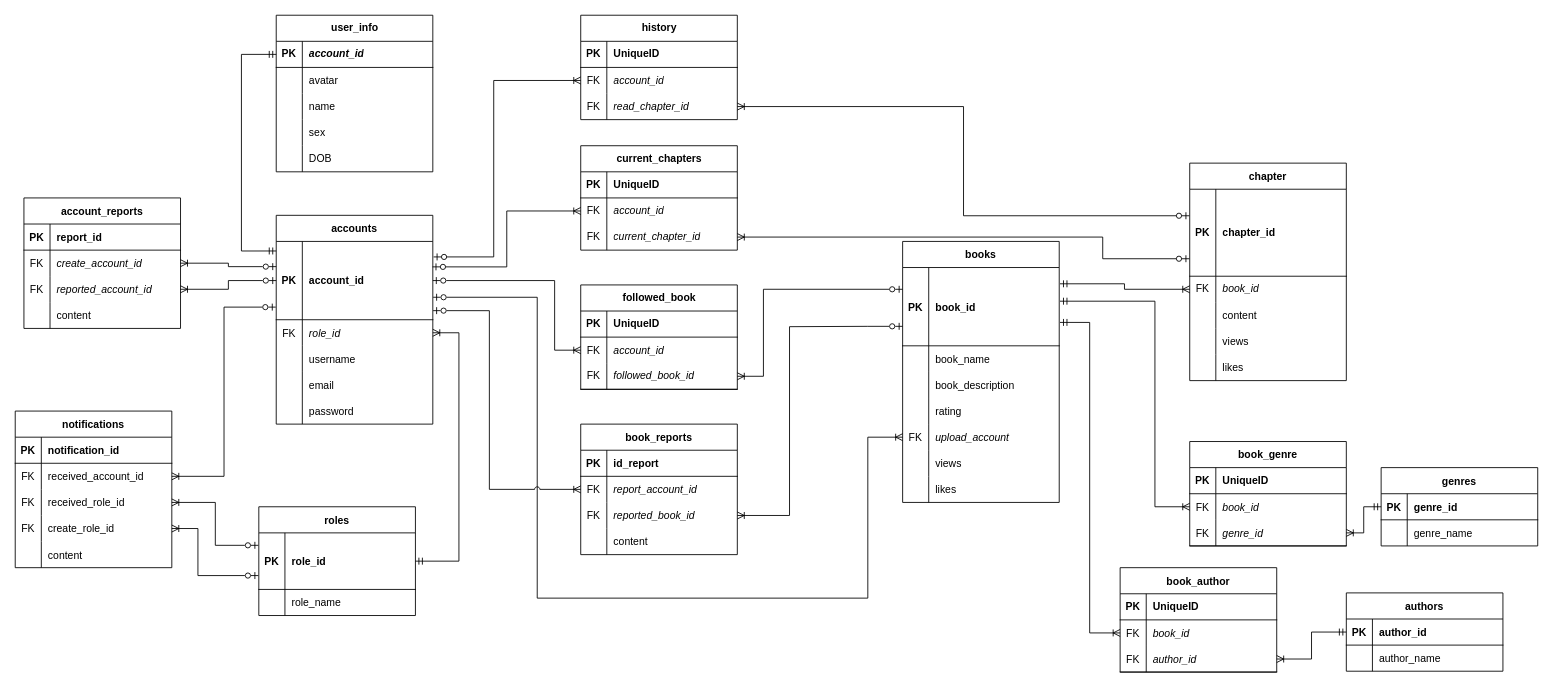
This is ERD.drawio from wai157/reading_app, a draw.io file, before an edit. Source tidied: cells renumbered, new cells numbered last; positions are measured from the earlier drawing's top-left corner, leaving out a move shared by most shapes. Both pictures are drawn from the tidied source at 87%, with x=0, y=0 at pixel (15, 15).
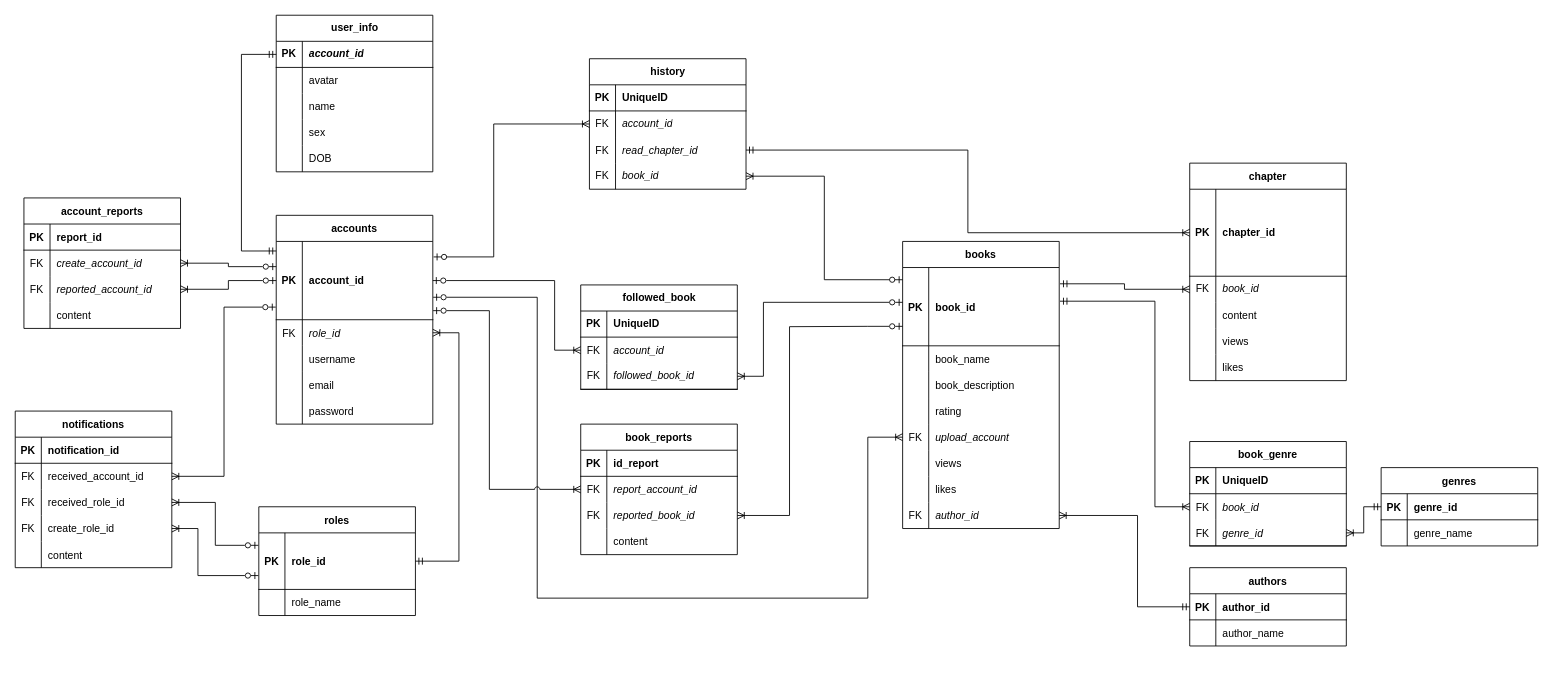
The same page after the edit.

The change refers to these unchanged cells:
```xml
<mxCell id="3" style="shape=tableRow;horizontal=0;startSize=0;swimlaneHead=0;swimlaneBody=0;fillColor=none;points=[[0,0.5],[1,0.5]];portConstraint=eastwest;top=0;left=0;right=0;bottom=1;rounded=0;shadow=0;sketch=0;" parent="2" vertex="1">
  <mxGeometry y="30" width="180" height="90" as="geometry" />
</mxCell>
<mxCell id="32" style="shape=tableRow;horizontal=0;startSize=0;swimlaneHead=0;swimlaneBody=0;fillColor=none;points=[[0,0.5],[1,0.5]];portConstraint=eastwest;top=0;left=0;right=0;bottom=1;rounded=0;shadow=0;sketch=0;" parent="31" vertex="1">
  <mxGeometry y="30" width="180" height="90" as="geometry" />
</mxCell>
<mxCell id="77" style="shape=tableRow;horizontal=0;startSize=0;swimlaneHead=0;swimlaneBody=0;fillColor=none;points=[[0,0.5],[1,0.5]];portConstraint=eastwest;top=0;left=0;right=0;bottom=1;" parent="76" vertex="1">
  <mxGeometry y="30" width="180" height="100" as="geometry" />
</mxCell>
<mxCell id="135" style="shape=tableRow;horizontal=0;startSize=0;swimlaneHead=0;swimlaneBody=0;fillColor=none;points=[[0,0.5],[1,0.5]];portConstraint=eastwest;top=0;left=0;right=0;bottom=1;rounded=0;shadow=0;sketch=0;strokeColor=default;" parent="134" vertex="1">
  <mxGeometry y="30" width="180" height="30" as="geometry" />
</mxCell>
<mxCell id="177" style="shape=tableRow;horizontal=0;startSize=0;swimlaneHead=0;swimlaneBody=0;fillColor=none;points=[[0,0.5],[1,0.5]];portConstraint=eastwest;top=0;left=0;right=0;bottom=1;fontStyle=0;" parent="170" vertex="1">
  <mxGeometry y="90" width="180" height="30" as="geometry" />
</mxCell>
<mxCell id="186" style="shape=tableRow;horizontal=0;startSize=0;swimlaneHead=0;swimlaneBody=0;fillColor=none;points=[[0,0.5],[1,0.5]];portConstraint=eastwest;top=0;left=0;right=0;bottom=0;" parent="182" vertex="1">
  <mxGeometry y="60" width="180" height="30" as="geometry" />
</mxCell>
```

What changed in the source:
```diff
@@
     <mxCell id="31" value="books" style="shape=table;startSize=30;childLayout=tableLayout;rowLines=0;fontStyle=1;align=center;rounded=0;shadow=0;sketch=0;" parent="1" vertex="1">
-      <mxGeometry x="1020" y="260" width="180" height="300" as="geometry" />
+      <mxGeometry x="1020" y="260" width="180" height="330" as="geometry" />
     </mxCell>
@@
+    <mxCell id="206" style="shape=tableRow;horizontal=0;startSize=0;swimlaneHead=0;swimlaneBody=0;fillColor=none;points=[[0,0.5],[1,0.5]];portConstraint=eastwest;top=0;left=0;right=0;bottom=0;" parent="31" vertex="1">
+      <mxGeometry y="300" width="180" height="30" as="geometry" />
+    </mxCell>
+    <mxCell id="207" value="FK" style="shape=partialRectangle;fillColor=none;top=0;left=0;bottom=0;right=0;fontStyle=0;overflow=hidden;whiteSpace=wrap;html=1;" parent="206" vertex="1">
+      <mxGeometry width="30" height="30" as="geometry" />
+    </mxCell>
+    <mxCell id="150" value="&lt;i&gt;author_id&lt;/i&gt;" style="shape=partialRectangle;fillColor=none;top=0;left=0;bottom=0;right=0;align=left;spacingLeft=6;fontStyle=0;overflow=hidden;whiteSpace=wrap;html=1;" parent="206" vertex="1">
+      <mxGeometry x="30" width="150" height="30" as="geometry" />
+    </mxCell>
@@
     <mxCell id="134" value="authors" style="shape=table;startSize=30;childLayout=tableLayout;rowLines=0;fontStyle=1;align=center;rounded=0;shadow=0;sketch=0;strokeColor=default;" parent="1" vertex="1">
-      <mxGeometry x="1530" y="664" width="180" height="90" as="geometry" />
+      <mxGeometry x="1350" y="635" width="180" height="90" as="geometry" />
     </mxCell>
@@
-    <mxCell id="141" value="book_author" style="shape=table;startSize=30;childLayout=tableLayout;rowLines=0;fontStyle=1;align=center;rounded=0;shadow=0;sketch=0;strokeColor=default;" parent="1" vertex="1">
-      <mxGeometry x="1270" y="635" width="180" height="120" as="geometry" />
-    </mxCell>
-    <mxCell id="142" style="shape=tableRow;horizontal=0;startSize=0;swimlaneHead=0;swimlaneBody=0;fillColor=none;top=0;left=0;right=0;bottom=1;" parent="141" vertex="1">
-      <mxGeometry y="30" width="180" height="30" as="geometry" />
-    </mxCell>
-    <mxCell id="143" value="PK" style="shape=partialRectangle;fillColor=none;top=0;left=0;bottom=0;right=0;fontStyle=1;overflow=hidden;whiteSpace=wrap;html=1;" parent="142" vertex="1">
-      <mxGeometry width="30" height="30" as="geometry" />
-    </mxCell>
-    <mxCell id="144" value="UniqueID" style="shape=partialRectangle;fillColor=none;top=0;left=0;bottom=0;right=0;align=left;spacingLeft=6;fontStyle=1;overflow=hidden;whiteSpace=wrap;html=1;" parent="142" vertex="1">
-      <mxGeometry x="30" width="150" height="30" as="geometry" />
-    </mxCell>
-    <mxCell id="145" style="shape=tableRow;horizontal=0;startSize=0;swimlaneHead=0;swimlaneBody=0;fillColor=none;points=[[0,0.5],[1,0.5]];portConstraint=eastwest;top=0;left=0;right=0;bottom=0;rounded=0;shadow=0;sketch=0;strokeColor=default;" parent="141" vertex="1">
-      <mxGeometry y="60" width="180" height="30" as="geometry" />
-    </mxCell>
-    <mxCell id="146" value="FK" style="shape=partialRectangle;fillColor=none;top=0;left=0;bottom=0;right=0;overflow=hidden;rounded=0;shadow=0;sketch=0;strokeColor=default;fontStyle=0;" parent="145" vertex="1">
-      <mxGeometry width="30" height="30" as="geometry" />
-    </mxCell>
-    <mxCell id="147" value="book_id" style="shape=partialRectangle;fillColor=none;top=0;left=0;bottom=0;right=0;align=left;spacingLeft=6;overflow=hidden;rounded=0;shadow=0;sketch=0;strokeColor=default;fontStyle=2;" parent="145" vertex="1">
-      <mxGeometry x="30" width="150" height="30" as="geometry" />
-    </mxCell>
-    <mxCell id="148" style="shape=tableRow;horizontal=0;startSize=0;swimlaneHead=0;swimlaneBody=0;fillColor=none;points=[[0,0.5],[1,0.5]];portConstraint=eastwest;top=0;left=0;right=0;bottom=1;rounded=0;shadow=0;sketch=0;strokeColor=default;fontStyle=1;" parent="141" vertex="1">
-      <mxGeometry y="90" width="180" height="30" as="geometry" />
-    </mxCell>
-    <mxCell id="149" value="FK" style="shape=partialRectangle;fillColor=none;top=0;left=0;bottom=0;right=0;fontStyle=0;overflow=hidden;rounded=0;shadow=0;sketch=0;strokeColor=default;" parent="148" vertex="1">
-      <mxGeometry width="30" height="30" as="geometry" />
-    </mxCell>
-    <mxCell id="150" value="author_id" style="shape=partialRectangle;fillColor=none;top=0;left=0;bottom=0;right=0;align=left;spacingLeft=6;fontStyle=2;overflow=hidden;rounded=0;shadow=0;sketch=0;strokeColor=default;" parent="148" vertex="1">
-      <mxGeometry x="30" width="150" height="30" as="geometry" />
-    </mxCell>
-    <mxCell id="151" style="edgeStyle=orthogonalEdgeStyle;fontSize=12;html=1;endArrow=ERmandOne;rounded=0;jumpStyle=arc;entryX=1.005;entryY=0.701;entryDx=0;entryDy=0;exitX=0;exitY=0.5;exitDx=0;exitDy=0;entryPerimeter=0;startArrow=ERoneToMany;startFill=0;endFill=0;" parent="1" edge="1" source="145" target="32">
-      <mxGeometry relative="1" as="geometry" />
-    </mxCell>
-    <mxCell id="152" style="edgeStyle=orthogonalEdgeStyle;fontSize=12;html=1;endArrow=ERmandOne;rounded=0;jumpStyle=arc;entryX=0;entryY=0.5;entryDx=0;entryDy=0;exitX=1;exitY=0.5;exitDx=0;exitDy=0;startArrow=ERoneToMany;startFill=0;endFill=0;" parent="1" edge="1" source="148" target="135">
-      <mxGeometry relative="1" as="geometry" />
+    <mxCell id="152" style="edgeStyle=orthogonalEdgeStyle;fontSize=12;html=1;endArrow=ERmandOne;rounded=0;jumpStyle=arc;entryX=0;entryY=0.5;entryDx=0;entryDy=0;startArrow=ERoneToMany;startFill=0;endFill=0;exitX=1;exitY=0.5;exitDx=0;exitDy=0;" parent="1" edge="1" source="206" target="135">
+      <mxGeometry relative="1" as="geometry">
+        <Array as="points">
+          <mxPoint x="1290" y="575" />
+          <mxPoint x="1290" y="680" />
+        </Array>
+      </mxGeometry>
     </mxCell>
@@
-    <mxCell id="181" style="edgeStyle=orthogonalEdgeStyle;fontSize=12;html=1;endArrow=ERzeroToOne;rounded=0;jumpStyle=arc;entryX=0;entryY=0.278;entryDx=0;entryDy=0;entryPerimeter=0;exitX=1;exitY=0.5;exitDx=0;exitDy=0;endFill=0;startArrow=ERoneToMany;startFill=0;" parent="1" edge="1" source="177" target="32">
+    <mxCell id="181" style="edgeStyle=orthogonalEdgeStyle;fontSize=12;html=1;endArrow=ERzeroToOne;rounded=0;jumpStyle=arc;exitX=1;exitY=0.5;exitDx=0;exitDy=0;endFill=0;startArrow=ERoneToMany;startFill=0;" parent="1" edge="1" source="177">
       <mxGeometry relative="1" as="geometry">
+        <mxPoint x="1020" y="330" as="targetPoint" />
         <Array as="points">
           <mxPoint x="860" y="415" />
-          <mxPoint x="860" y="315" />
+          <mxPoint x="860" y="330" />
+          <mxPoint x="1020" y="330" />
         </Array>
       </mxGeometry>
     </mxCell>
     <mxCell id="182" value="history" style="shape=table;startSize=30;childLayout=tableLayout;rowLines=0;fontStyle=1;align=center;html=1;" parent="1" vertex="1">
-      <mxGeometry x="650" width="180" height="120" as="geometry" />
+      <mxGeometry x="660" y="50" width="180" height="150" as="geometry" />
     </mxCell>
@@
+    <mxCell id="199" style="shape=tableRow;horizontal=0;startSize=0;swimlaneHead=0;swimlaneBody=0;fillColor=none;points=[[0,0.5],[1,0.5]];portConstraint=eastwest;top=0;left=0;right=0;bottom=0;" parent="182" vertex="1">
+      <mxGeometry y="90" width="180" height="30" as="geometry" />
+    </mxCell>
+    <mxCell id="208" value="FK" style="shape=partialRectangle;fillColor=none;top=0;left=0;bottom=0;right=0;overflow=hidden;" parent="199" vertex="1">
+      <mxGeometry width="30" height="30" as="geometry" />
+    </mxCell>
+    <mxCell id="209" value="read_chapter_id" style="shape=partialRectangle;fillColor=none;top=0;left=0;bottom=0;right=0;align=left;spacingLeft=6;overflow=hidden;fontStyle=2;" parent="199" vertex="1">
+      <mxGeometry x="30" width="150" height="30" as="geometry" />
+    </mxCell>
     <mxCell id="189" style="shape=tableRow;horizontal=0;startSize=0;swimlaneHead=0;swimlaneBody=0;fillColor=none;points=[[0,0.5],[1,0.5]];portConstraint=eastwest;top=0;left=0;right=0;bottom=0;" parent="182" vertex="1">
-      <mxGeometry y="90" width="180" height="30" as="geometry" />
+      <mxGeometry y="120" width="180" height="30" as="geometry" />
     </mxCell>
@@
-    <mxCell id="191" value="&lt;i&gt;read_chapter_id&lt;/i&gt;" style="shape=partialRectangle;fillColor=none;top=0;left=0;bottom=0;right=0;align=left;spacingLeft=6;overflow=hidden;whiteSpace=wrap;html=1;" parent="189" vertex="1">
+    <mxCell id="191" value="&lt;i&gt;book_id&lt;/i&gt;" style="shape=partialRectangle;fillColor=none;top=0;left=0;bottom=0;right=0;align=left;spacingLeft=6;overflow=hidden;whiteSpace=wrap;html=1;" parent="189" vertex="1">
       <mxGeometry x="30" width="150" height="30" as="geometry" />
     </mxCell>
-    <mxCell id="192" value="current_chapters" style="shape=table;startSize=30;childLayout=tableLayout;rowLines=0;fontStyle=1;align=center;html=1;" parent="1" vertex="1">
-      <mxGeometry x="650" y="150" width="180" height="120" as="geometry" />
-    </mxCell>
-    <mxCell id="193" style="shape=tableRow;horizontal=0;startSize=0;swimlaneHead=0;swimlaneBody=0;fillColor=none;top=0;left=0;right=0;bottom=1;" parent="192" vertex="1">
-      <mxGeometry y="30" width="180" height="30" as="geometry" />
-    </mxCell>
-    <mxCell id="194" value="PK" style="shape=partialRectangle;fillColor=none;top=0;left=0;bottom=0;right=0;fontStyle=1;overflow=hidden;whiteSpace=wrap;html=1;" parent="193" vertex="1">
-      <mxGeometry width="30" height="30" as="geometry" />
-    </mxCell>
-    <mxCell id="195" value="UniqueID" style="shape=partialRectangle;fillColor=none;top=0;left=0;bottom=0;right=0;align=left;spacingLeft=6;fontStyle=1;overflow=hidden;whiteSpace=wrap;html=1;" parent="193" vertex="1">
-      <mxGeometry x="30" width="150" height="30" as="geometry" />
-    </mxCell>
-    <mxCell id="196" style="shape=tableRow;horizontal=0;startSize=0;swimlaneHead=0;swimlaneBody=0;fillColor=none;points=[[0,0.5],[1,0.5]];portConstraint=eastwest;top=0;left=0;right=0;bottom=0;" parent="192" vertex="1">
-      <mxGeometry y="60" width="180" height="30" as="geometry" />
-    </mxCell>
-    <mxCell id="197" value="FK" style="shape=partialRectangle;fillColor=none;top=0;left=0;bottom=0;right=0;overflow=hidden;whiteSpace=wrap;html=1;" parent="196" vertex="1">
-      <mxGeometry width="30" height="30" as="geometry" />
-    </mxCell>
-    <mxCell id="198" value="account_id" style="shape=partialRectangle;fillColor=none;top=0;left=0;bottom=0;right=0;align=left;spacingLeft=6;overflow=hidden;whiteSpace=wrap;html=1;fontStyle=2;" parent="196" vertex="1">
-      <mxGeometry x="30" width="150" height="30" as="geometry" />
-    </mxCell>
-    <mxCell id="199" style="shape=tableRow;horizontal=0;startSize=0;swimlaneHead=0;swimlaneBody=0;fillColor=none;points=[[0,0.5],[1,0.5]];portConstraint=eastwest;top=0;left=0;right=0;bottom=0;" parent="192" vertex="1">
-      <mxGeometry y="90" width="180" height="30" as="geometry" />
-    </mxCell>
-    <mxCell id="200" value="&lt;span style=&quot;font-style: normal;&quot;&gt;FK&lt;/span&gt;" style="shape=partialRectangle;fillColor=none;top=0;left=0;bottom=0;right=0;overflow=hidden;whiteSpace=wrap;html=1;fontStyle=2;" parent="199" vertex="1">
-      <mxGeometry width="30" height="30" as="geometry" />
-    </mxCell>
-    <mxCell id="201" value="current_chapter_id" style="shape=partialRectangle;fillColor=none;top=0;left=0;bottom=0;right=0;align=left;spacingLeft=6;overflow=hidden;whiteSpace=wrap;html=1;fontStyle=2;" parent="199" vertex="1">
-      <mxGeometry x="30" width="150" height="30" as="geometry" />
-    </mxCell>
-    <mxCell id="202" style="edgeStyle=orthogonalEdgeStyle;fontSize=12;html=1;endArrow=ERzeroToOne;endFill=1;rounded=0;entryX=0.998;entryY=0.325;entryDx=0;entryDy=0;entryPerimeter=0;exitX=0;exitY=0.5;exitDx=0;exitDy=0;startArrow=ERoneToMany;startFill=0;" parent="1" edge="1" source="196" target="3">
-      <mxGeometry relative="1" as="geometry" />
-    </mxCell>
     <mxCell id="203" style="edgeStyle=orthogonalEdgeStyle;fontSize=12;html=1;endArrow=ERzeroToOne;endFill=1;rounded=0;entryX=1.005;entryY=0.198;entryDx=0;entryDy=0;entryPerimeter=0;exitX=0;exitY=0.5;exitDx=0;exitDy=0;startArrow=ERoneToMany;startFill=0;" parent="1" edge="1" source="186" target="3">
       <mxGeometry relative="1" as="geometry">
         <Array as="points">
-          <mxPoint x="550" y="75" />
+          <mxPoint x="550" y="125" />
           <mxPoint x="550" y="278" />
         </Array>
       </mxGeometry>
     </mxCell>
+    <mxCell id="205" style="edgeStyle=orthogonalEdgeStyle;fontSize=12;html=1;endArrow=ERzeroToOne;endFill=1;rounded=0;entryX=0;entryY=0.156;entryDx=0;entryDy=0;entryPerimeter=0;exitX=1;exitY=0.5;exitDx=0;exitDy=0;startArrow=ERoneToMany;startFill=0;" parent="1" edge="1" source="189" target="32">
+      <mxGeometry relative="1" as="geometry" />
+    </mxCell>
-    <mxCell id="204" style="edgeStyle=orthogonalEdgeStyle;fontSize=12;html=1;endArrow=ERzeroToOne;endFill=1;rounded=0;entryX=-0.002;entryY=0.799;entryDx=0;entryDy=0;exitX=1;exitY=0.5;exitDx=0;exitDy=0;startArrow=ERoneToMany;startFill=0;entryPerimeter=0;" parent="1" edge="1" source="199" target="77">
-      <mxGeometry relative="1" as="geometry">
-        <Array as="points">
-          <mxPoint x="1250" y="255" />
-          <mxPoint x="1250" y="280" />
-        </Array>
-      </mxGeometry>
+    <mxCell id="204" style="edgeStyle=orthogonalEdgeStyle;rounded=0;jettySize=auto;html=1;exitX=1;exitY=0.5;exitDx=0;exitDy=0;entryX=0;entryY=0.5;entryDx=0;entryDy=0;startArrow=ERmandOne;startFill=0;endArrow=ERoneToMany;endFill=0;" parent="1" edge="1" source="199" target="77">
+      <mxGeometry relative="1" as="geometry" />
     </mxCell>
-    <mxCell id="205" style="edgeStyle=orthogonalEdgeStyle;fontSize=12;html=1;endArrow=ERzeroToOne;endFill=1;rounded=0;entryX=-0.002;entryY=0.305;entryDx=0;entryDy=0;entryPerimeter=0;exitX=1;exitY=0.5;exitDx=0;exitDy=0;startArrow=ERoneToMany;startFill=0;" parent="1" edge="1" source="189" target="77">
-      <mxGeometry relative="1" as="geometry" />
-    </mxCell>
```
